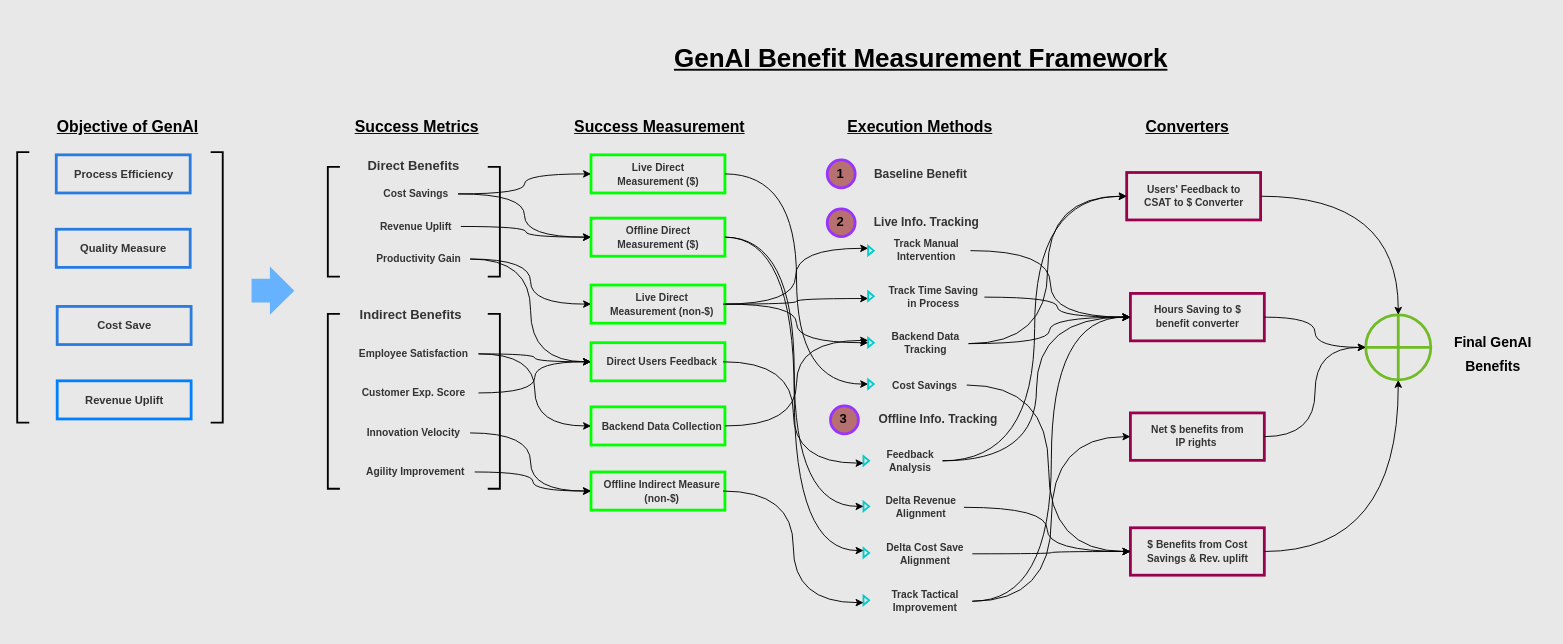
Before: CV Benefit Framework.drawio in tuhinkm/Documents, a draw.io diagram. Source tidied: cells renumbered, new cells numbered last; positions are measured from the earlier drawing's top-left corner, leaving out a move shared by most shapes. Both pictures are drawn from the tidied source at 93%, with x=0, y=0 at pixel (17, 42).
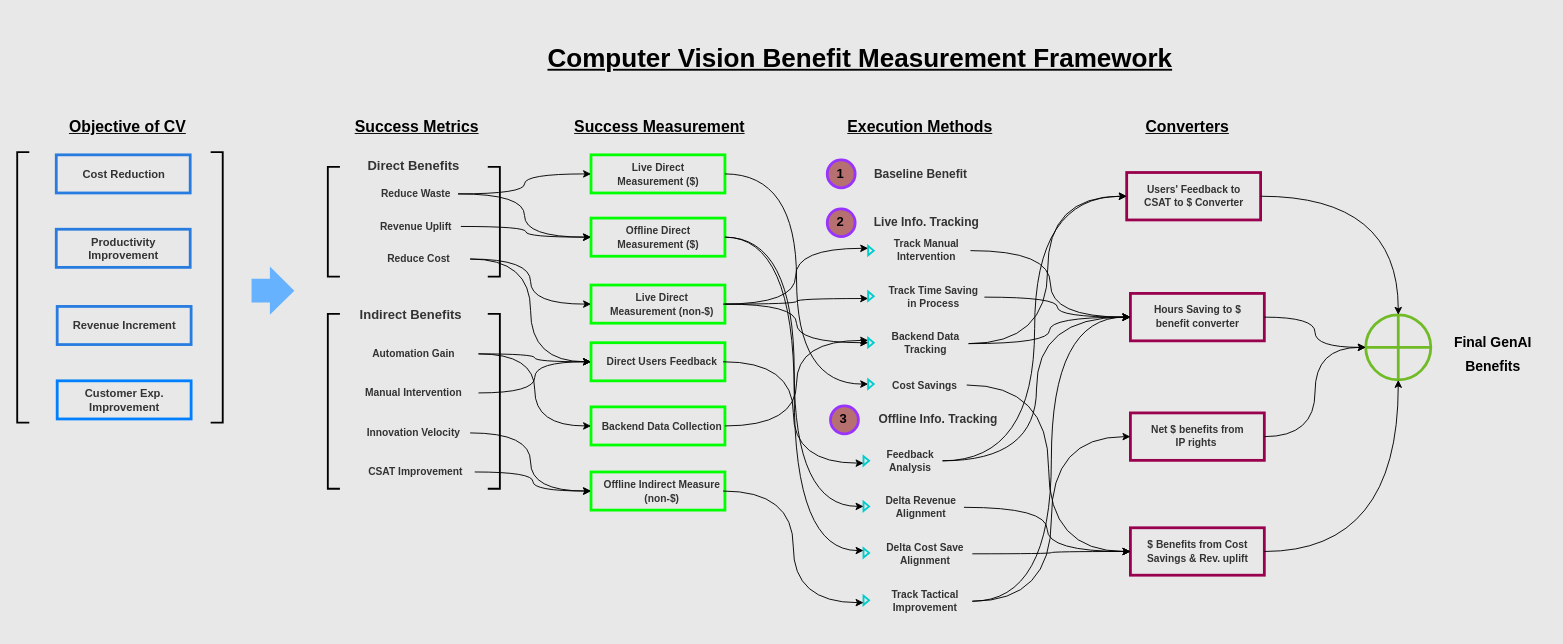
After the change.

The change refers to these unchanged cells:
```xml
<mxCell id="3" style="group;" parent="1" vertex="1">
  <mxGeometry x="42" y="121" width="144" height="41" as="geometry" />
</mxCell>
<mxCell id="6" style="group;" parent="1" vertex="1">
  <mxGeometry x="42" y="201" width="144" height="41" as="geometry" />
</mxCell>
<mxCell id="9" style="group;" parent="1" vertex="1">
  <mxGeometry x="43" y="284" width="144" height="41" as="geometry" />
</mxCell>
<mxCell id="12" style="group;" parent="1" vertex="1">
  <mxGeometry x="43" y="364" width="144" height="41" as="geometry" />
</mxCell>
```

What changed in the source:
```diff
@@
-    <mxCell id="5" value="&lt;h4&gt;&lt;font style=&quot;color: rgb(51, 51, 51);&quot;&gt;&lt;b&gt;Process Efficiency&lt;/b&gt;&lt;/font&gt;&lt;/h4&gt;" style="text;html=1;align=center;verticalAlign=middle;whiteSpace=wrap;rounded=0;" parent="3" vertex="1">
+    <mxCell id="5" value="&lt;h4&gt;&lt;font style=&quot;color: rgb(51, 51, 51);&quot;&gt;&lt;b&gt;Cost Reduction&lt;/b&gt;&lt;/font&gt;&lt;/h4&gt;" style="text;html=1;align=center;verticalAlign=middle;whiteSpace=wrap;rounded=0;" parent="3" vertex="1">
       <mxGeometry x="10" y="5.5" width="125.5" height="30" as="geometry" />
     </mxCell>
@@
-    <mxCell id="8" value="&lt;h4&gt;&lt;font style=&quot;color: rgb(51, 51, 51);&quot;&gt;&lt;b style=&quot;&quot;&gt;Quality Measure&lt;/b&gt;&lt;/font&gt;&lt;/h4&gt;" style="text;html=1;align=center;verticalAlign=middle;whiteSpace=wrap;rounded=0;" parent="6" vertex="1">
+    <mxCell id="8" value="&lt;h4&gt;&lt;font style=&quot;color: rgb(51, 51, 51);&quot;&gt;&lt;b style=&quot;&quot;&gt;Productivity Improvement&lt;/b&gt;&lt;/font&gt;&lt;/h4&gt;" style="text;html=1;align=center;verticalAlign=middle;whiteSpace=wrap;rounded=0;" parent="6" vertex="1">
       <mxGeometry x="15.5" y="5.5" width="113" height="30" as="geometry" />
     </mxCell>
@@
-    <mxCell id="11" value="&lt;h4&gt;&lt;font style=&quot;color: rgb(51, 51, 51);&quot;&gt;&lt;b style=&quot;&quot;&gt;Cost Save&lt;/b&gt;&lt;/font&gt;&lt;/h4&gt;" style="text;html=1;align=center;verticalAlign=middle;whiteSpace=wrap;rounded=0;" parent="9" vertex="1">
+    <mxCell id="11" value="&lt;h4&gt;&lt;font style=&quot;color: rgb(51, 51, 51);&quot;&gt;&lt;b style=&quot;&quot;&gt;Revenue Increment&lt;/b&gt;&lt;/font&gt;&lt;/h4&gt;" style="text;html=1;align=center;verticalAlign=middle;whiteSpace=wrap;rounded=0;" parent="9" vertex="1">
       <mxGeometry x="15.5" y="5.5" width="113" height="30" as="geometry" />
     </mxCell>
@@
-    <mxCell id="14" value="&lt;h4&gt;&lt;font style=&quot;color: rgb(51, 51, 51);&quot;&gt;&lt;b style=&quot;&quot;&gt;Revenue Uplift&lt;/b&gt;&lt;/font&gt;&lt;/h4&gt;" style="text;html=1;align=center;verticalAlign=middle;whiteSpace=wrap;rounded=0;" parent="12" vertex="1">
+    <mxCell id="14" value="&lt;h4&gt;&lt;font style=&quot;color: rgb(51, 51, 51);&quot;&gt;&lt;b style=&quot;&quot;&gt;Customer Exp. Improvement&lt;/b&gt;&lt;/font&gt;&lt;/h4&gt;" style="text;html=1;align=center;verticalAlign=middle;whiteSpace=wrap;rounded=0;" parent="12" vertex="1">
       <mxGeometry x="15.5" y="5.5" width="113" height="30" as="geometry" />
     </mxCell>
@@
-    <mxCell id="17" value="&lt;b&gt;Objective of GenAI&lt;/b&gt;" style="text;html=1;align=center;verticalAlign=middle;whiteSpace=wrap;rounded=0;fontSize=17;fontStyle=4;" parent="1" vertex="1">
+    <mxCell id="17" value="&lt;b&gt;Objective of CV&lt;/b&gt;" style="text;html=1;align=center;verticalAlign=middle;whiteSpace=wrap;rounded=0;fontSize=17;fontStyle=4;" parent="1" vertex="1">
       <mxGeometry x="15" y="77" width="208" height="30" as="geometry" />
     </mxCell>
@@
-    <mxCell id="23" value="&lt;h5&gt;&lt;font style=&quot;color: rgb(51, 51, 51); font-size: 11px;&quot;&gt;&lt;b style=&quot;&quot;&gt;Cost Savings&lt;/b&gt;&lt;/font&gt;&lt;/h5&gt;" style="text;html=1;align=center;verticalAlign=middle;whiteSpace=wrap;rounded=0;fontSize=14;" parent="1" vertex="1">
+    <mxCell id="23" value="&lt;h5&gt;&lt;font style=&quot;color: rgb(51, 51, 51); font-size: 11px;&quot;&gt;&lt;b style=&quot;&quot;&gt;Reduce Waste&lt;/b&gt;&lt;/font&gt;&lt;/h5&gt;" style="text;html=1;align=center;verticalAlign=middle;whiteSpace=wrap;rounded=0;fontSize=14;" parent="1" vertex="1">
       <mxGeometry x="384" y="148" width="90" height="30" as="geometry" />
     </mxCell>
@@
-    <mxCell id="25" value="&lt;h5&gt;&lt;font style=&quot;color: rgb(51, 51, 51); font-size: 11px;&quot;&gt;&lt;b style=&quot;&quot;&gt;Productivity Gain&lt;/b&gt;&lt;/font&gt;&lt;/h5&gt;" style="text;html=1;align=center;verticalAlign=middle;whiteSpace=wrap;rounded=0;fontSize=12;" parent="1" vertex="1">
+    <mxCell id="25" value="&lt;h5&gt;&lt;font style=&quot;color: rgb(51, 51, 51); font-size: 11px;&quot;&gt;&lt;b style=&quot;&quot;&gt;Reduce Cost&lt;/b&gt;&lt;/font&gt;&lt;/h5&gt;" style="text;html=1;align=center;verticalAlign=middle;whiteSpace=wrap;rounded=0;fontSize=12;" parent="1" vertex="1">
       <mxGeometry x="377" y="218" width="110" height="30" as="geometry" />
     </mxCell>
@@
-    <mxCell id="29" value="&lt;h5&gt;&lt;font style=&quot;color: rgb(51, 51, 51); font-size: 11px;&quot;&gt;&lt;b style=&quot;&quot;&gt;Employee Satisfaction&lt;/b&gt;&lt;/font&gt;&lt;/h5&gt;" style="text;html=1;align=center;verticalAlign=middle;whiteSpace=wrap;rounded=0;fontSize=12;" parent="1" vertex="1">
+    <mxCell id="29" value="&lt;h5&gt;&lt;font style=&quot;color: rgb(51, 51, 51); font-size: 11px;&quot;&gt;&lt;b style=&quot;&quot;&gt;Automation Gain&lt;/b&gt;&lt;/font&gt;&lt;/h5&gt;" style="text;html=1;align=center;verticalAlign=middle;whiteSpace=wrap;rounded=0;fontSize=12;" parent="1" vertex="1">
       <mxGeometry x="357" y="320" width="139" height="30" as="geometry" />
     </mxCell>
-    <mxCell id="30" value="&lt;h5&gt;&lt;font style=&quot;color: rgb(51, 51, 51); font-size: 11px;&quot;&gt;&lt;b&gt;Customer Exp. Score&lt;/b&gt;&lt;/font&gt;&lt;/h5&gt;" style="text;html=1;align=center;verticalAlign=middle;whiteSpace=wrap;rounded=0;fontSize=12;" parent="1" vertex="1">
+    <mxCell id="30" value="&lt;h5&gt;&lt;font style=&quot;color: rgb(51, 51, 51); font-size: 11px;&quot;&gt;&lt;b&gt;Manual Intervention&lt;/b&gt;&lt;/font&gt;&lt;/h5&gt;" style="text;html=1;align=center;verticalAlign=middle;whiteSpace=wrap;rounded=0;fontSize=12;" parent="1" vertex="1">
       <mxGeometry x="357" y="362" width="139" height="30" as="geometry" />
     </mxCell>
@@
-    <mxCell id="32" value="&lt;h5&gt;&lt;font style=&quot;color: rgb(51, 51, 51); font-size: 11px;&quot;&gt;&lt;b style=&quot;&quot;&gt;Agility Improvement&lt;/b&gt;&lt;/font&gt;&lt;/h5&gt;" style="text;html=1;align=center;verticalAlign=middle;whiteSpace=wrap;rounded=0;fontSize=12;" parent="1" vertex="1">
+    <mxCell id="32" value="&lt;h5&gt;&lt;font style=&quot;color: rgb(51, 51, 51); font-size: 11px;&quot;&gt;&lt;b style=&quot;&quot;&gt;CSAT Improvement&lt;/b&gt;&lt;/font&gt;&lt;/h5&gt;" style="text;html=1;align=center;verticalAlign=middle;whiteSpace=wrap;rounded=0;fontSize=12;" parent="1" vertex="1">
       <mxGeometry x="365" y="447" width="127" height="30" as="geometry" />
     </mxCell>
@@
-    <mxCell id="126" value="&lt;h1&gt;&lt;b&gt;&lt;font style=&quot;font-size: 28px;&quot;&gt;&lt;u&gt;GenAI Benefit Measurement Framework&lt;/u&gt;&lt;/font&gt;&lt;/b&gt;&lt;/h1&gt;" style="text;html=1;align=center;verticalAlign=middle;whiteSpace=wrap;rounded=0;fontSize=17;" parent="1" vertex="1">
-      <mxGeometry x="643" width="658" height="30" as="geometry" />
+    <mxCell id="126" value="&lt;h1&gt;&lt;b&gt;&lt;font style=&quot;font-size: 28px;&quot;&gt;&lt;u&gt;Computer Vision Benefit Measurement Framework&lt;/u&gt;&lt;/font&gt;&lt;/b&gt;&lt;/h1&gt;" style="text;html=1;align=center;verticalAlign=middle;whiteSpace=wrap;rounded=0;fontSize=17;" parent="1" vertex="1">
+      <mxGeometry x="510" width="793" height="30" as="geometry" />
     </mxCell>
```
